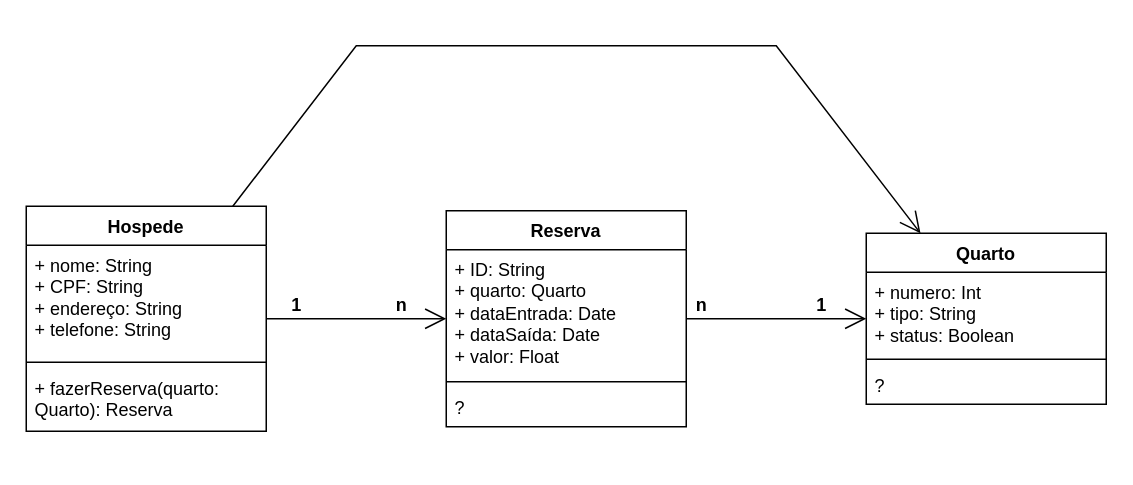
This is page "Reservas de Hotel" (1 of 2) of Diagrama de classes - Indentificação.drawio from Guilherme-Domingos/Draw.io, a draw.io file, before an edit. Source tidied: cells renumbered, new cells numbered last; positions are measured from the earlier drawing's top-left corner, leaving out a move shared by most shapes. Both pictures are drawn from the tidied source at 150%, with x=0, y=0 at pixel (26, 45).
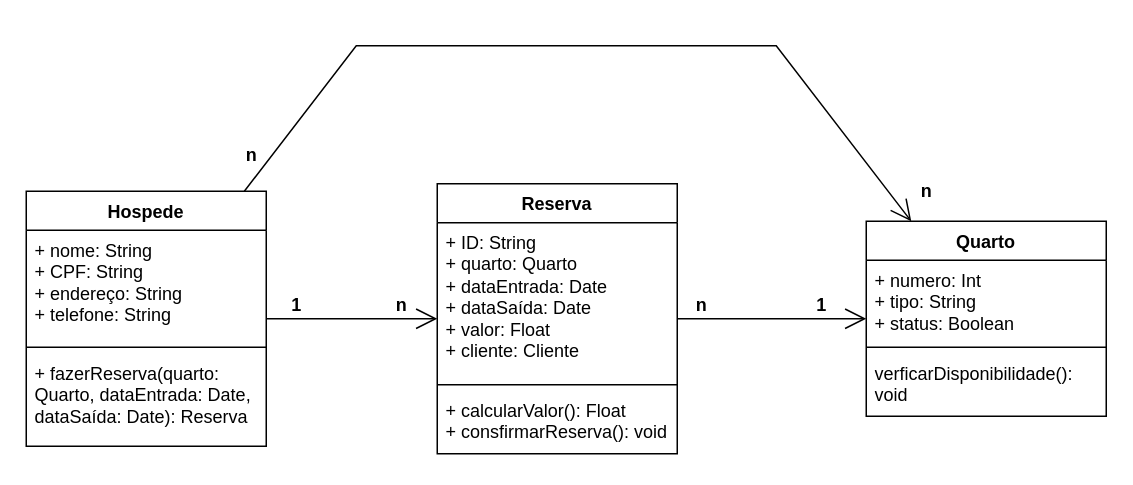
After the change.

The edit, as a diff of the source:
```diff
@@
     <mxCell id="2" value="Hospede" style="swimlane;fontStyle=1;align=center;verticalAlign=top;horizontal=1;startSize=26;whiteSpace=wrap;html=1;" parent="1" vertex="1">
-      <mxGeometry y="107" width="160" height="150" as="geometry" />
+      <mxGeometry y="97" width="160" height="170" as="geometry" />
     </mxCell>
@@
-    <mxCell id="5" value="+ fazerReserva(quarto: Quarto): Reserva" style="text;strokeColor=none;fillColor=none;align=left;verticalAlign=top;spacingLeft=4;spacingRight=4;overflow=hidden;whiteSpace=wrap;html=1;" parent="2" vertex="1">
-      <mxGeometry y="108" width="160" height="42" as="geometry" />
+    <mxCell id="5" value="+ fazerReserva(quarto: Quarto, dataEntrada: Date, dataSaída: Date): Reserva" style="text;strokeColor=none;fillColor=none;align=left;verticalAlign=top;spacingLeft=4;spacingRight=4;overflow=hidden;whiteSpace=wrap;html=1;" parent="2" vertex="1">
+      <mxGeometry y="108" width="160" height="62" as="geometry" />
     </mxCell>
     <mxCell id="6" value="Quarto" style="swimlane;fontStyle=1;align=center;verticalAlign=top;horizontal=1;startSize=26;whiteSpace=wrap;html=1;" parent="1" vertex="1">
-      <mxGeometry x="560" y="125" width="160" height="114" as="geometry" />
+      <mxGeometry x="560" y="117" width="160" height="130" as="geometry" />
     </mxCell>
@@
-    <mxCell id="9" value="?" style="text;strokeColor=none;fillColor=none;align=left;verticalAlign=top;spacingLeft=4;spacingRight=4;overflow=hidden;whiteSpace=wrap;html=1;" parent="6" vertex="1">
-      <mxGeometry y="88" width="160" height="26" as="geometry" />
+    <mxCell id="9" value="verficarDisponibilidade(): void" style="text;strokeColor=none;fillColor=none;align=left;verticalAlign=top;spacingLeft=4;spacingRight=4;overflow=hidden;whiteSpace=wrap;html=1;" parent="6" vertex="1">
+      <mxGeometry y="88" width="160" height="42" as="geometry" />
     </mxCell>
     <mxCell id="10" value="Reserva" style="swimlane;fontStyle=1;align=center;verticalAlign=top;horizontal=1;startSize=26;whiteSpace=wrap;html=1;" parent="1" vertex="1">
-      <mxGeometry x="280" y="110" width="160" height="144" as="geometry" />
+      <mxGeometry x="274" y="92" width="160" height="180" as="geometry" />
     </mxCell>
-    <mxCell id="11" value="&lt;div&gt;+ ID: String&lt;/div&gt;+ quarto: Quarto&lt;div&gt;+ dataEntrada: Date&lt;/div&gt;&lt;div&gt;+ dataSaída: Date&lt;/div&gt;&lt;div&gt;+ valor: Float&lt;/div&gt;" style="text;strokeColor=none;fillColor=none;align=left;verticalAlign=top;spacingLeft=4;spacingRight=4;overflow=hidden;whiteSpace=wrap;html=1;" parent="10" vertex="1">
-      <mxGeometry y="26" width="160" height="84" as="geometry" />
+    <mxCell id="11" value="&lt;div&gt;+ ID: String&lt;/div&gt;+ quarto: Quarto&lt;div&gt;+ dataEntrada: Date&lt;/div&gt;&lt;div&gt;+ dataSaída: Date&lt;/div&gt;&lt;div&gt;+ valor: Float&lt;/div&gt;&lt;div&gt;+ cliente: Cliente&lt;/div&gt;" style="text;strokeColor=none;fillColor=none;align=left;verticalAlign=top;spacingLeft=4;spacingRight=4;overflow=hidden;whiteSpace=wrap;html=1;" parent="10" vertex="1">
+      <mxGeometry y="26" width="160" height="104" as="geometry" />
     </mxCell>
     <mxCell id="12" style="line;strokeWidth=1;fillColor=none;align=left;verticalAlign=middle;spacingTop=-1;spacingLeft=3;spacingRight=3;labelPosition=right;strokeColor=inherit;" parent="10" vertex="1">
-      <mxGeometry y="110" width="160" height="8" as="geometry" />
+      <mxGeometry y="130" width="160" height="8" as="geometry" />
     </mxCell>
-    <mxCell id="13" value="?" style="text;strokeColor=none;fillColor=none;align=left;verticalAlign=top;spacingLeft=4;spacingRight=4;overflow=hidden;whiteSpace=wrap;html=1;" parent="10" vertex="1">
-      <mxGeometry y="118" width="160" height="26" as="geometry" />
+    <mxCell id="13" value="+ calcularValor(): Float&lt;div&gt;+ consfirmarReserva(): void&lt;/div&gt;" style="text;strokeColor=none;fillColor=none;align=left;verticalAlign=top;spacingLeft=4;spacingRight=4;overflow=hidden;whiteSpace=wrap;html=1;" parent="10" vertex="1">
+      <mxGeometry y="138" width="160" height="42" as="geometry" />
     </mxCell>
@@
+    <mxCell id="21" value="n" style="text;align=center;fontStyle=1;verticalAlign=middle;spacingLeft=3;spacingRight=3;strokeColor=none;html=1;" parent="1" vertex="1">
+      <mxGeometry x="110" y="60" width="80" height="26" as="geometry" />
+    </mxCell>
+    <mxCell id="22" value="n" style="text;align=center;fontStyle=1;verticalAlign=middle;spacingLeft=3;spacingRight=3;strokeColor=none;html=1;" parent="1" vertex="1">
+      <mxGeometry x="560" y="84" width="80" height="26" as="geometry" />
+    </mxCell>
```
